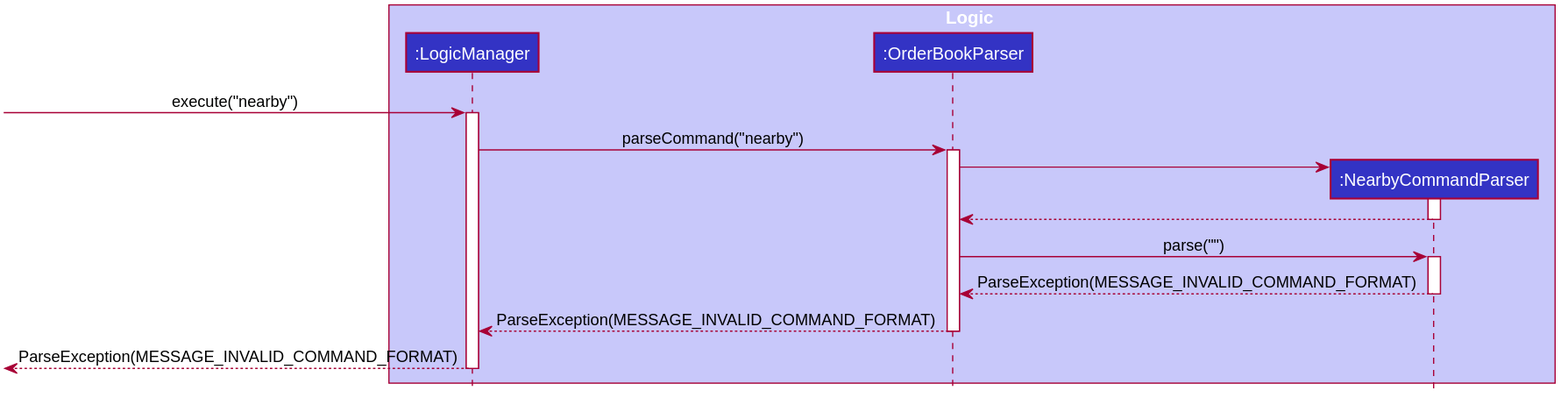
nus-cs2103-AY1920S2/addressbook-level3 keeps this PlantUML diagram as docs/images/NearbySequenceDiagramParseException.svg. Above is the earlier version.
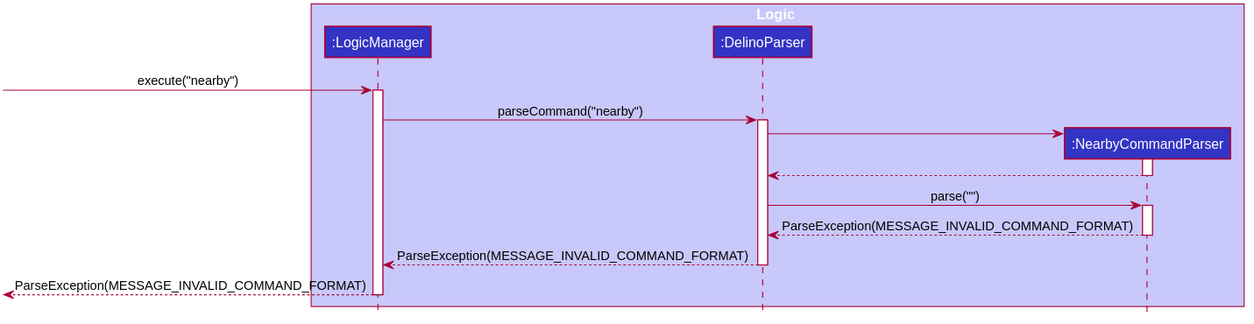
The same diagram one commit later.

Commit message:
Update Nearby Sequence Diagram to DelinoParser instead of OrderBookParser

The edit, as a diff of the source:
```diff
@@ -1,11 +1,4 @@
 @startuml
-
-
-
-
-
-
-
 
 skinparam BackgroundColor #FFFFFFF
 
@@ -49,7 +42,7 @@
 hide circle
 box Logic #C8C8FA
 participant ":LogicManager" as LogicManager #3333C4
-participant ":OrderBookParser" as OrderBookParser #3333C4
+participant ":DelinoParser" as DelinoParser #3333C4
 participant ":NearbyCommandParser" as NearbyCommandParser #3333C4
 end box
 
@@ -57,17 +50,17 @@
 [-> LogicManager : execute("nearby")
 activate LogicManager
 
-LogicManager -> OrderBookParser : parseCommand("nearby")
-activate OrderBookParser
+LogicManager -> DelinoParser : parseCommand("nearby")
+activate DelinoParser
 
 create NearbyCommandParser
-OrderBookParser -> NearbyCommandParser
+DelinoParser -> NearbyCommandParser
 activate NearbyCommandParser
 
-NearbyCommandParser --> OrderBookParser
+NearbyCommandParser --> DelinoParser
 deactivate NearbyCommandParser
 
-OrderBookParser -> NearbyCommandParser : parse("")
+DelinoParser -> NearbyCommandParser : parse("")
 activate NearbyCommandParser
 return ParseException(MESSAGE_INVALID_COMMAND_FORMAT)
 
```
